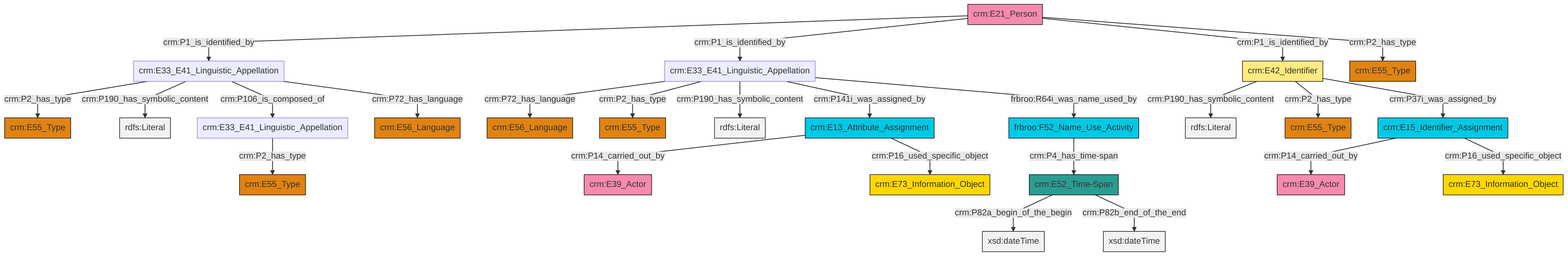
Before: et/personCSV/ttl/mmd/png/Person_Names_and_Classification.png, a diagram exported from Mermaid (swiss-art-research-net/reference-data-models). Its source is kept beside it as et/personCSV/ttl/mmd/Person_Names_and_Classification.ttl.mmd.
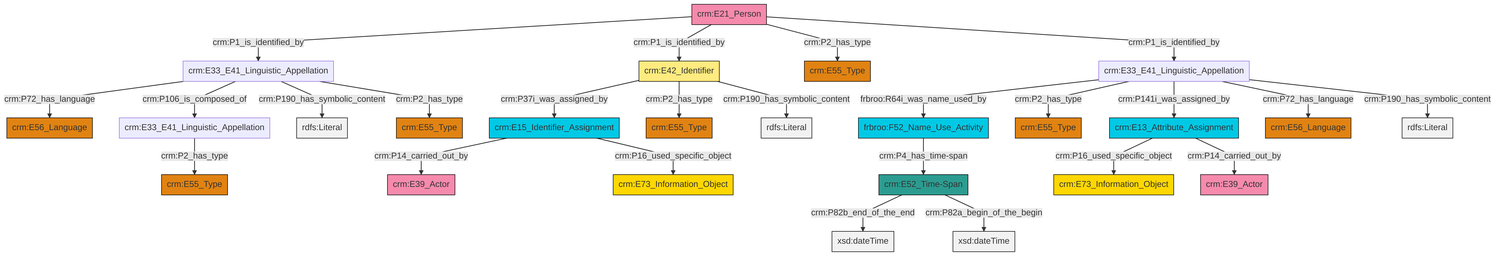
The same file after the commit.

What changed in the source:
```diff
@@ -13,27 +13,27 @@
 classDef PC_Classes fill:#4ce600, stroke:#000000;
 classDef Multi fill:#cccccc,stroke:#000000;
 
-6["crm:E42_Identifier"]:::Appellation -->|crm:P190_has_symbolic_content| 7[rdfs:Literal]:::Literal
-6["crm:E42_Identifier"]:::Appellation -->|crm:P2_has_type| 13["crm:E55_Type"]:::Type
-16["crm:E33_E41_Linguistic_Appellation"]:::Default -->|crm:P72_has_language| 17["crm:E56_Language"]:::Type
-11["crm:E21_Person"]:::Actor -->|crm:P1_is_identified_by| 2["crm:E33_E41_Linguistic_Appellation"]:::Default
-4["crm:E15_Identifier_Assignment"]:::Temporal_Entity -->|crm:P14_carried_out_by| 14["crm:E39_Actor"]:::Actor
-2["crm:E33_E41_Linguistic_Appellation"]:::Default -->|crm:P2_has_type| 0["crm:E55_Type"]:::Type
-22["frbroo:F52_Name_Use_Activity"]:::Temporal_Entity -->|crm:P4_has_time-span| 23["crm:E52_Time-Span"]:::Time-Span
-2["crm:E33_E41_Linguistic_Appellation"]:::Default -->|crm:P190_has_symbolic_content| 24[rdfs:Literal]:::Literal
-11["crm:E21_Person"]:::Actor -->|crm:P1_is_identified_by| 16["crm:E33_E41_Linguistic_Appellation"]:::Default
-4["crm:E15_Identifier_Assignment"]:::Temporal_Entity -->|crm:P16_used_specific_object| 20["crm:E73_Information_Object"]:::Conceptual_Object
-23["crm:E52_Time-Span"]:::Time-Span -->|crm:P82a_begin_of_the_begin| 35[xsd:dateTime]:::Literal
-11["crm:E21_Person"]:::Actor -->|crm:P1_is_identified_by| 6["crm:E42_Identifier"]:::Appellation
-11["crm:E21_Person"]:::Actor -->|crm:P2_has_type| 18["crm:E55_Type"]:::Type
-2["crm:E33_E41_Linguistic_Appellation"]:::Default -->|crm:P106_is_composed_of| 25["crm:E33_E41_Linguistic_Appellation"]:::Default
-2["crm:E33_E41_Linguistic_Appellation"]:::Default -->|crm:P72_has_language| 9["crm:E56_Language"]:::Type
-23["crm:E52_Time-Span"]:::Time-Span -->|crm:P82b_end_of_the_end| 40[xsd:dateTime]:::Literal
-16["crm:E33_E41_Linguistic_Appellation"]:::Default -->|crm:P2_has_type| 41["crm:E55_Type"]:::Type
-42["crm:E13_Attribute_Assignment"]:::Temporal_Entity -->|crm:P14_carried_out_by| 29["crm:E39_Actor"]:::Actor
-42["crm:E13_Attribute_Assignment"]:::Temporal_Entity -->|crm:P16_used_specific_object| 33["crm:E73_Information_Object"]:::Conceptual_Object
-16["crm:E33_E41_Linguistic_Appellation"]:::Default -->|crm:P190_has_symbolic_content| 44[rdfs:Literal]:::Literal
-6["crm:E42_Identifier"]:::Appellation -->|crm:P37i_was_assigned_by| 4["crm:E15_Identifier_Assignment"]:::Temporal_Entity
-25["crm:E33_E41_Linguistic_Appellation"]:::Default -->|crm:P2_has_type| 37["crm:E55_Type"]:::Type
-16["crm:E33_E41_Linguistic_Appellation"]:::Default -->|crm:P141i_was_assigned_by| 42["crm:E13_Attribute_Assignment"]:::Temporal_Entity
-16["crm:E33_E41_Linguistic_Appellation"]:::Default -->|frbroo:R64i_was_name_used_by| 22["frbroo:F52_Name_Use_Activity"]:::Temporal_Entity
+2["crm:E13_Attribute_Assignment"]:::Temporal_Entity -->|crm:P16_used_specific_object| 3["crm:E73_Information_Object"]:::Conceptual_Object
+4["crm:E21_Person"]:::Actor -->|crm:P1_is_identified_by| 5["crm:E33_E41_Linguistic_Appellation"]:::Default
+4["crm:E21_Person"]:::Actor -->|crm:P1_is_identified_by| 7["crm:E42_Identifier"]:::Appellation
+7["crm:E42_Identifier"]:::Appellation -->|crm:P37i_was_assigned_by| 8["crm:E15_Identifier_Assignment"]:::Temporal_Entity
+5["crm:E33_E41_Linguistic_Appellation"]:::Default -->|crm:P72_has_language| 11["crm:E56_Language"]:::Type
+7["crm:E42_Identifier"]:::Appellation -->|crm:P2_has_type| 14["crm:E55_Type"]:::Type
+15["crm:E33_E41_Linguistic_Appellation"]:::Default -->|frbroo:R64i_was_name_used_by| 16["frbroo:F52_Name_Use_Activity"]:::Temporal_Entity
+4["crm:E21_Person"]:::Actor -->|crm:P2_has_type| 17["crm:E55_Type"]:::Type
+4["crm:E21_Person"]:::Actor -->|crm:P1_is_identified_by| 15["crm:E33_E41_Linguistic_Appellation"]:::Default
+15["crm:E33_E41_Linguistic_Appellation"]:::Default -->|crm:P2_has_type| 0["crm:E55_Type"]:::Type
+7["crm:E42_Identifier"]:::Appellation -->|crm:P190_has_symbolic_content| 20[rdfs:Literal]:::Literal
+15["crm:E33_E41_Linguistic_Appellation"]:::Default -->|crm:P141i_was_assigned_by| 2["crm:E13_Attribute_Assignment"]:::Temporal_Entity
+2["crm:E13_Attribute_Assignment"]:::Temporal_Entity -->|crm:P14_carried_out_by| 21["crm:E39_Actor"]:::Actor
+15["crm:E33_E41_Linguistic_Appellation"]:::Default -->|crm:P72_has_language| 25["crm:E56_Language"]:::Type
+5["crm:E33_E41_Linguistic_Appellation"]:::Default -->|crm:P106_is_composed_of| 12["crm:E33_E41_Linguistic_Appellation"]:::Default
+16["frbroo:F52_Name_Use_Activity"]:::Temporal_Entity -->|crm:P4_has_time-span| 32["crm:E52_Time-Span"]:::Time-Span
+8["crm:E15_Identifier_Assignment"]:::Temporal_Entity -->|crm:P14_carried_out_by| 33["crm:E39_Actor"]:::Actor
+15["crm:E33_E41_Linguistic_Appellation"]:::Default -->|crm:P190_has_symbolic_content| 34[rdfs:Literal]:::Literal
+12["crm:E33_E41_Linguistic_Appellation"]:::Default -->|crm:P2_has_type| 27["crm:E55_Type"]:::Type
+5["crm:E33_E41_Linguistic_Appellation"]:::Default -->|crm:P190_has_symbolic_content| 36[rdfs:Literal]:::Literal
+32["crm:E52_Time-Span"]:::Time-Span -->|crm:P82b_end_of_the_end| 38[xsd:dateTime]:::Literal
+5["crm:E33_E41_Linguistic_Appellation"]:::Default -->|crm:P2_has_type| 9["crm:E55_Type"]:::Type
+8["crm:E15_Identifier_Assignment"]:::Temporal_Entity -->|crm:P16_used_specific_object| 22["crm:E73_Information_Object"]:::Conceptual_Object
+32["crm:E52_Time-Span"]:::Time-Span -->|crm:P82a_begin_of_the_begin| 44[xsd:dateTime]:::Literal
```
